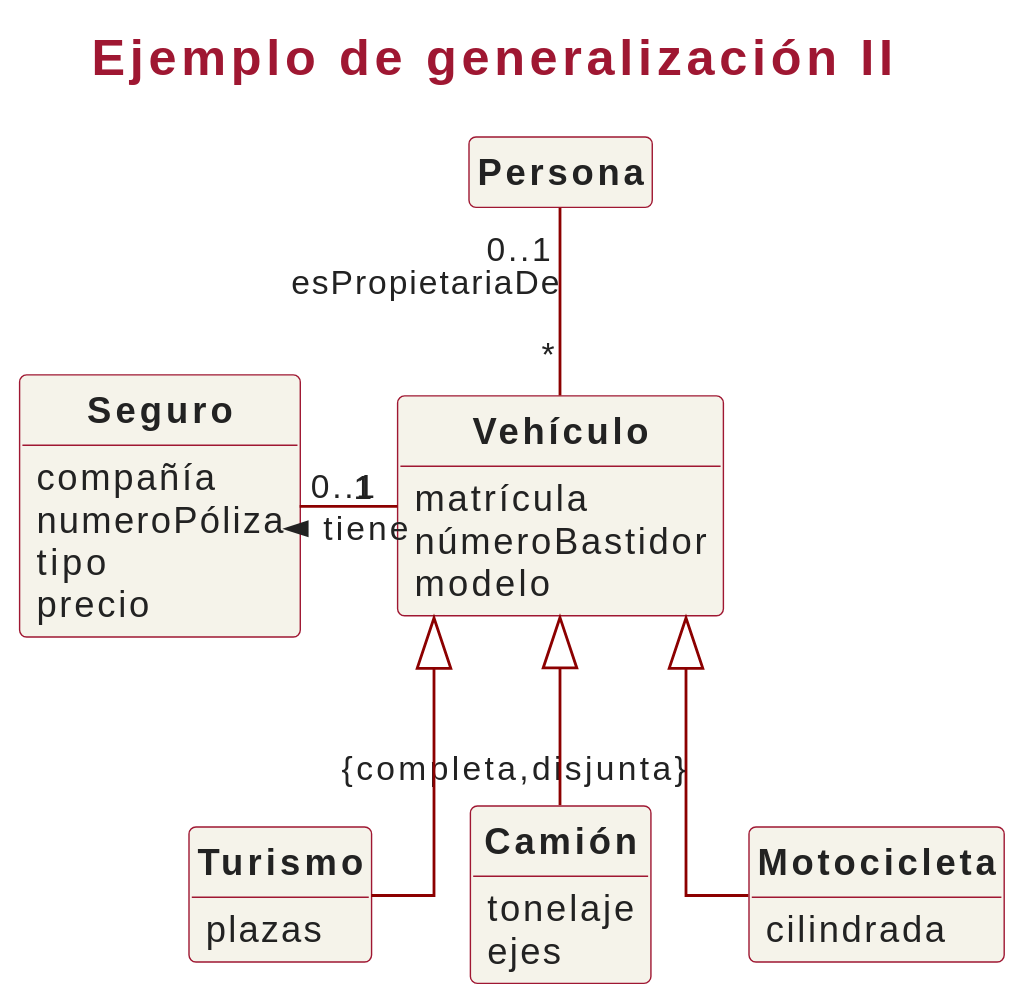
IISSI-US/web keeps this PlantUML diagram as assets/slides/iissi1/t6-introduccion-al-modelado-conceptual/puml/dc-ejemplo-generalizacion-II.svg. Above is the earlier version. Source of this version:
```plantuml
@startuml
title Ejemplo de generalización II
!include ../../puml/teoria.iuml

!include Turismo2.iuml
!include Camion2.iuml
!include Motocicleta2.iuml
!include Seguro.iuml
!include Vehiculo.iuml

Persona "0..1" -- "*" Vehículo :esPropietariaDe
Vehículo "1" -l- "0..1" Seguro :tiene >
Vehículo <|-- Motocicleta : {completa,disjunta}
Vehículo <|-- Camión
Vehículo <|-- Turismo
@enduml
```
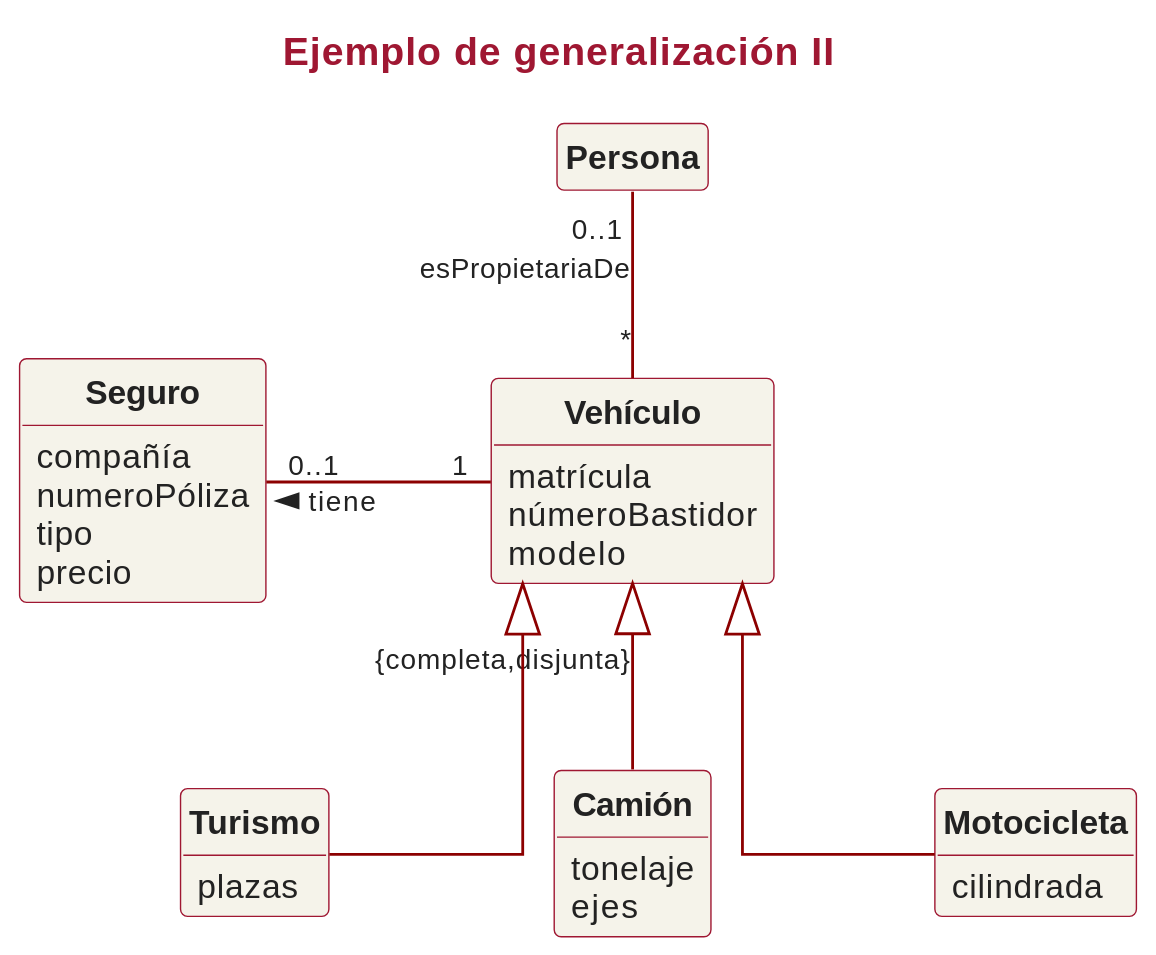
After the change.

The edit, as a diff of the source:
```diff
@@ -8,9 +8,10 @@
 !include Seguro.iuml
 !include Vehiculo.iuml
 
+
 Persona "0..1" -- "*" Vehículo :esPropietariaDe
 Vehículo "1" -l- "0..1" Seguro :tiene >
-Vehículo <|-- Motocicleta : {completa,disjunta}
-Vehículo <|-- Camión
+Vehículo <|-- Motocicleta
+Vehículo <|-- Camión : {completa,disjunta}
 Vehículo <|-- Turismo
 @enduml
```
